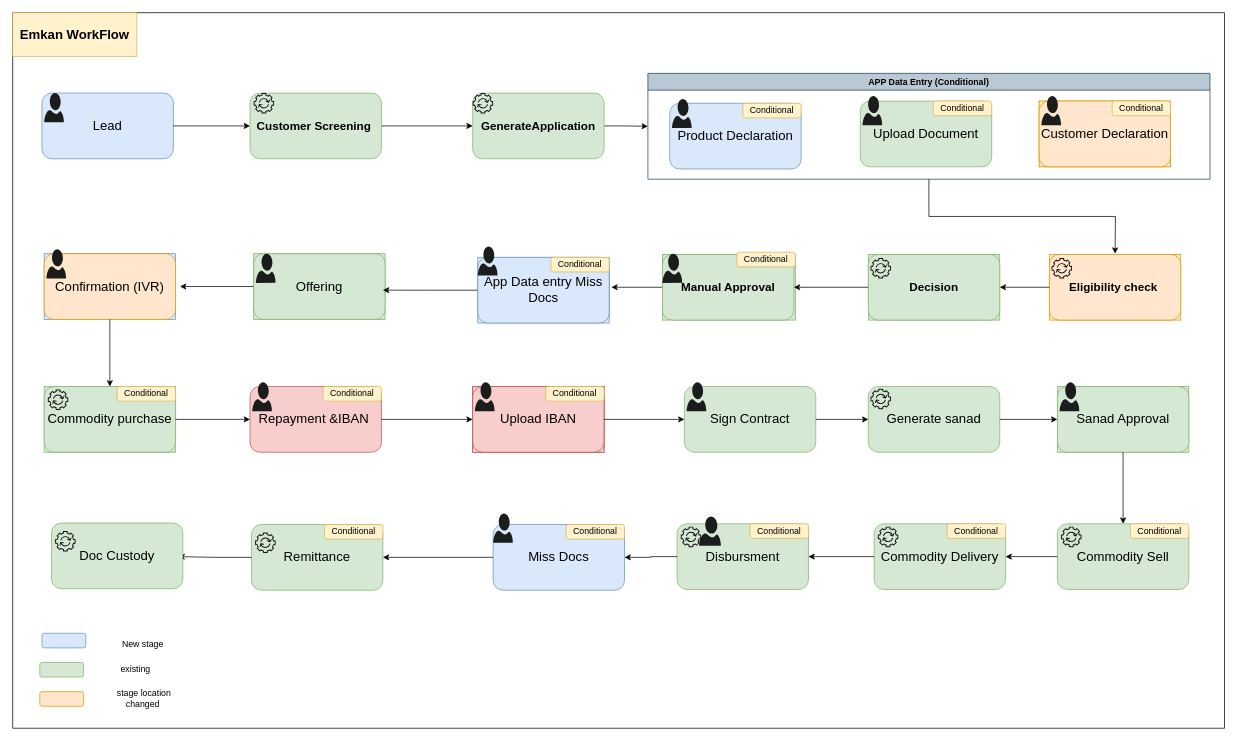
Above: page "WorkFlow" (2 of 7) of Migration.drawio in MHosnii/DrawIo (draw.io), before the change. Source tidied: cells renumbered, new cells numbered last; positions are measured from the earlier drawing's top-left corner, leaving out a move shared by most shapes. Both pictures are drawn from the tidied source at 73%, with x=0, y=0 at pixel (12, 12).
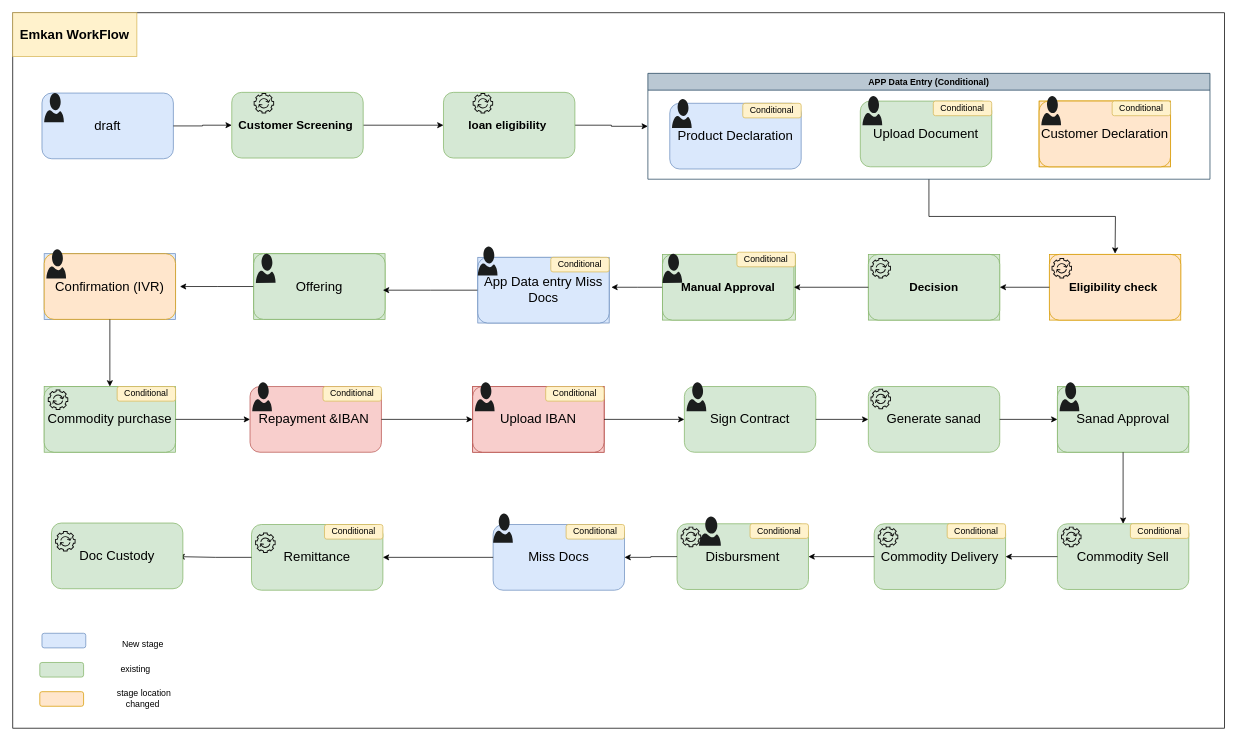
The same diagram, later.

Unchanged cells that the change refers to:
```xml
<mxCell id="72" style="group;" parent="1" vertex="1">
  <mxGeometry x="40" y="110" width="180" height="90" as="geometry" />
</mxCell>
```

The edit, as a diff of the source:
```diff
@@
     <mxCell id="70" value="&lt;font style=&quot;font-size: 16px;&quot;&gt;&lt;b&gt;Customer Screening&amp;nbsp;&lt;/b&gt;&lt;/font&gt;" style="rounded=1;whiteSpace=wrap;html=1;fillColor=#d5e8d4;strokeColor=#82b366;" parent="1" vertex="1">
-      <mxGeometry x="325" y="110" width="180" height="90" as="geometry" />
+      <mxGeometry x="300" y="109" width="180" height="90" as="geometry" />
     </mxCell>
@@
-    <mxCell id="73" value="&lt;font style=&quot;font-size: 18px;&quot;&gt;Lead&lt;/font&gt;" style="rounded=1;whiteSpace=wrap;html=1;fillColor=#dae8fc;strokeColor=#6c8ebf;" parent="72" vertex="1">
+    <mxCell id="73" value="&lt;font style=&quot;font-size: 18px;&quot;&gt;draft&lt;/font&gt;" style="rounded=1;whiteSpace=wrap;html=1;fillColor=#dae8fc;strokeColor=#6c8ebf;" parent="72" vertex="1">
       <mxGeometry width="180" height="90" as="geometry" />
     </mxCell>
@@
-    <mxCell id="76" value="&lt;font style=&quot;font-size: 16px;&quot;&gt;&lt;b&gt;GenerateApplication&lt;/b&gt;&lt;/font&gt;" style="rounded=1;whiteSpace=wrap;html=1;fillColor=#d5e8d4;strokeColor=#82b366;" parent="1" vertex="1">
-      <mxGeometry x="630" y="110" width="180" height="90" as="geometry" />
+    <mxCell id="76" value="&lt;span style=&quot;font-size: 16px;&quot;&gt;&lt;b&gt;loan eligibility&amp;nbsp;&lt;/b&gt;&lt;/span&gt;" style="rounded=1;whiteSpace=wrap;html=1;fillColor=#d5e8d4;strokeColor=#82b366;" parent="1" vertex="1">
+      <mxGeometry x="590" y="109" width="180" height="90" as="geometry" />
     </mxCell>
```
